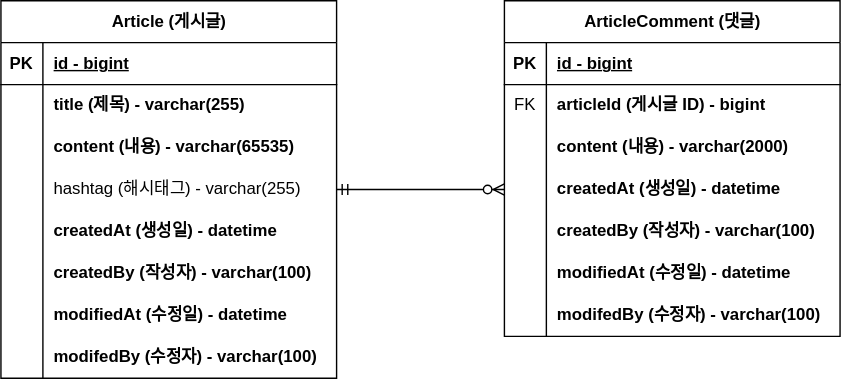
Earlier version of the draw.io export document/project-board-erd.drawio.svg (nohbin/boardproject). Source tidied: cells renumbered, new cells last; positions are measured from the earlier drawing's top-left corner, leaving out a move shared by most shapes.
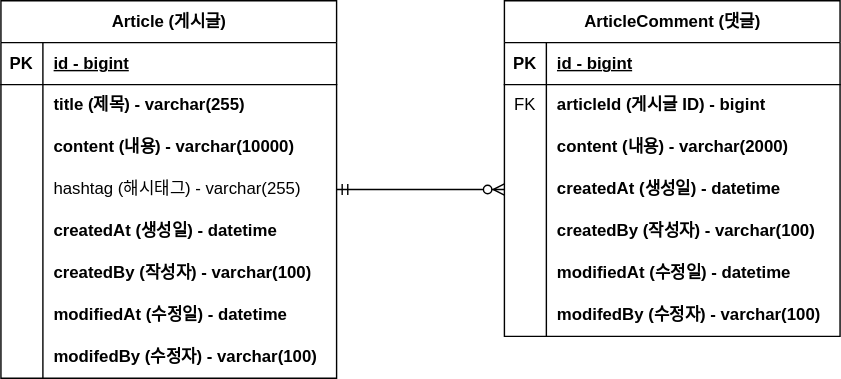
After the change.

Commit message:
#10 - erd update : content 사이즈 변경

Change to the diagram source:
```diff
@@ -29,7 +29,7 @@
     <mxCell id="10" style="shape=partialRectangle;fillColor=none;top=0;left=0;bottom=0;right=0;overflow=hidden;whiteSpace=wrap;html=1;" parent="9" vertex="1">
       <mxGeometry width="30" height="30" as="geometry" />
     </mxCell>
-    <mxCell id="11" value="content (내용) - varchar(65535)" style="shape=partialRectangle;fillColor=none;top=0;left=0;bottom=0;right=0;align=left;spacingLeft=6;overflow=hidden;whiteSpace=wrap;html=1;fontStyle=1;" parent="9" vertex="1">
+    <mxCell id="11" value="content (내용) - varchar(10000)" style="shape=partialRectangle;fillColor=none;top=0;left=0;bottom=0;right=0;align=left;spacingLeft=6;overflow=hidden;whiteSpace=wrap;html=1;fontStyle=1;" parent="9" vertex="1">
       <mxGeometry x="30" width="210" height="30" as="geometry" />
     </mxCell>
     <mxCell id="12" style="shape=tableRow;horizontal=0;startSize=0;swimlaneHead=0;swimlaneBody=0;fillColor=none;points=[[0,0.5],[1,0.5]];portConstraint=eastwest;top=0;left=0;right=0;bottom=0;" parent="2" vertex="1">
```
